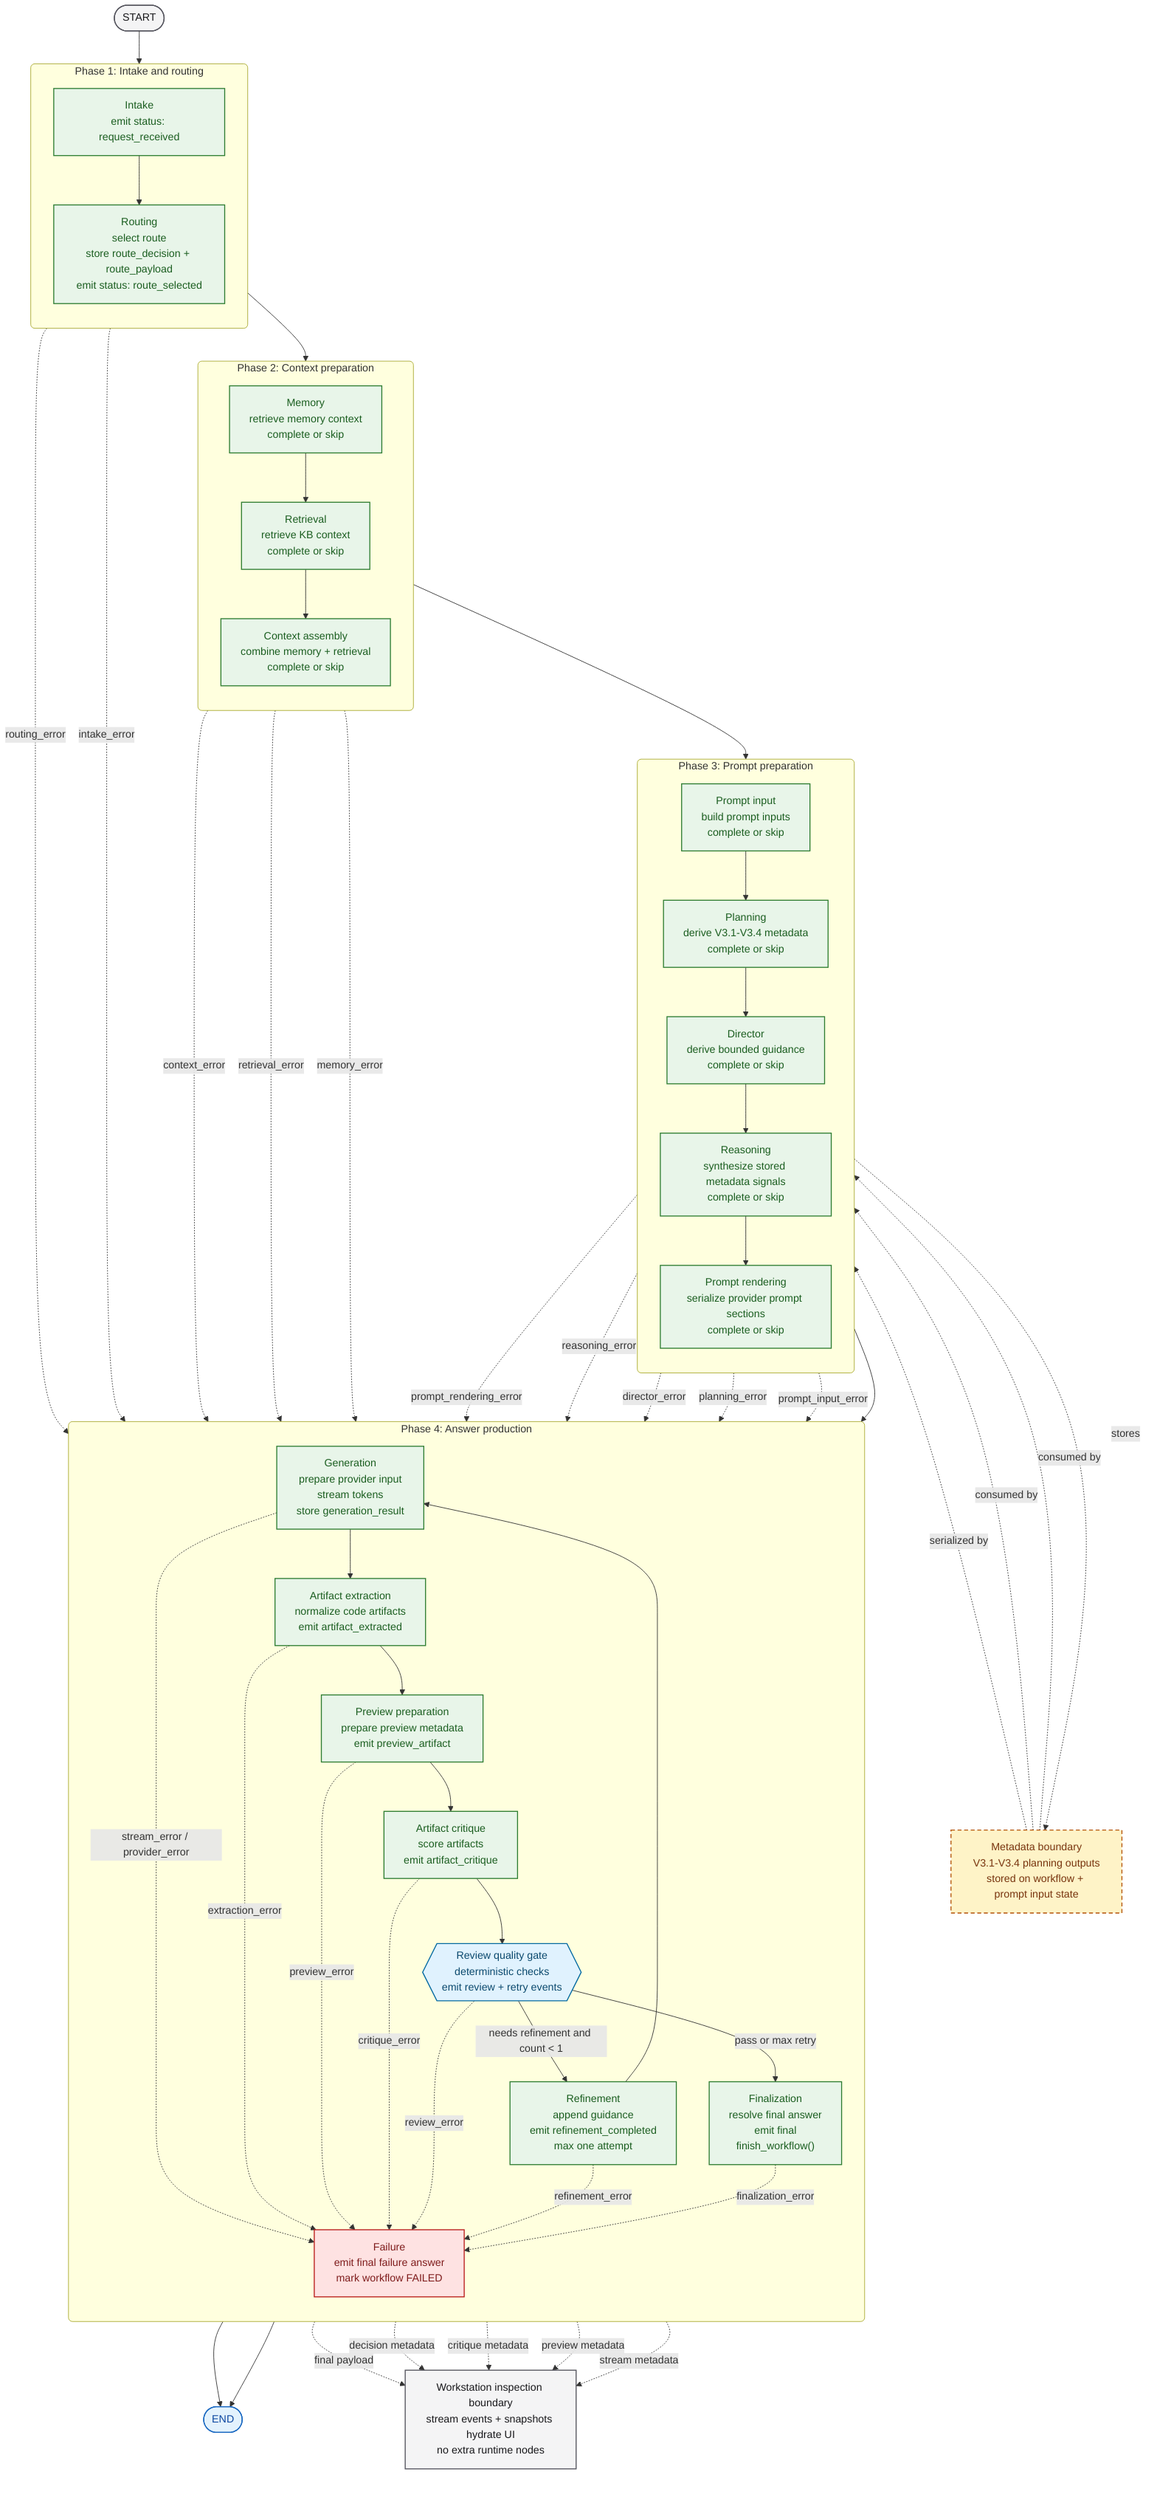
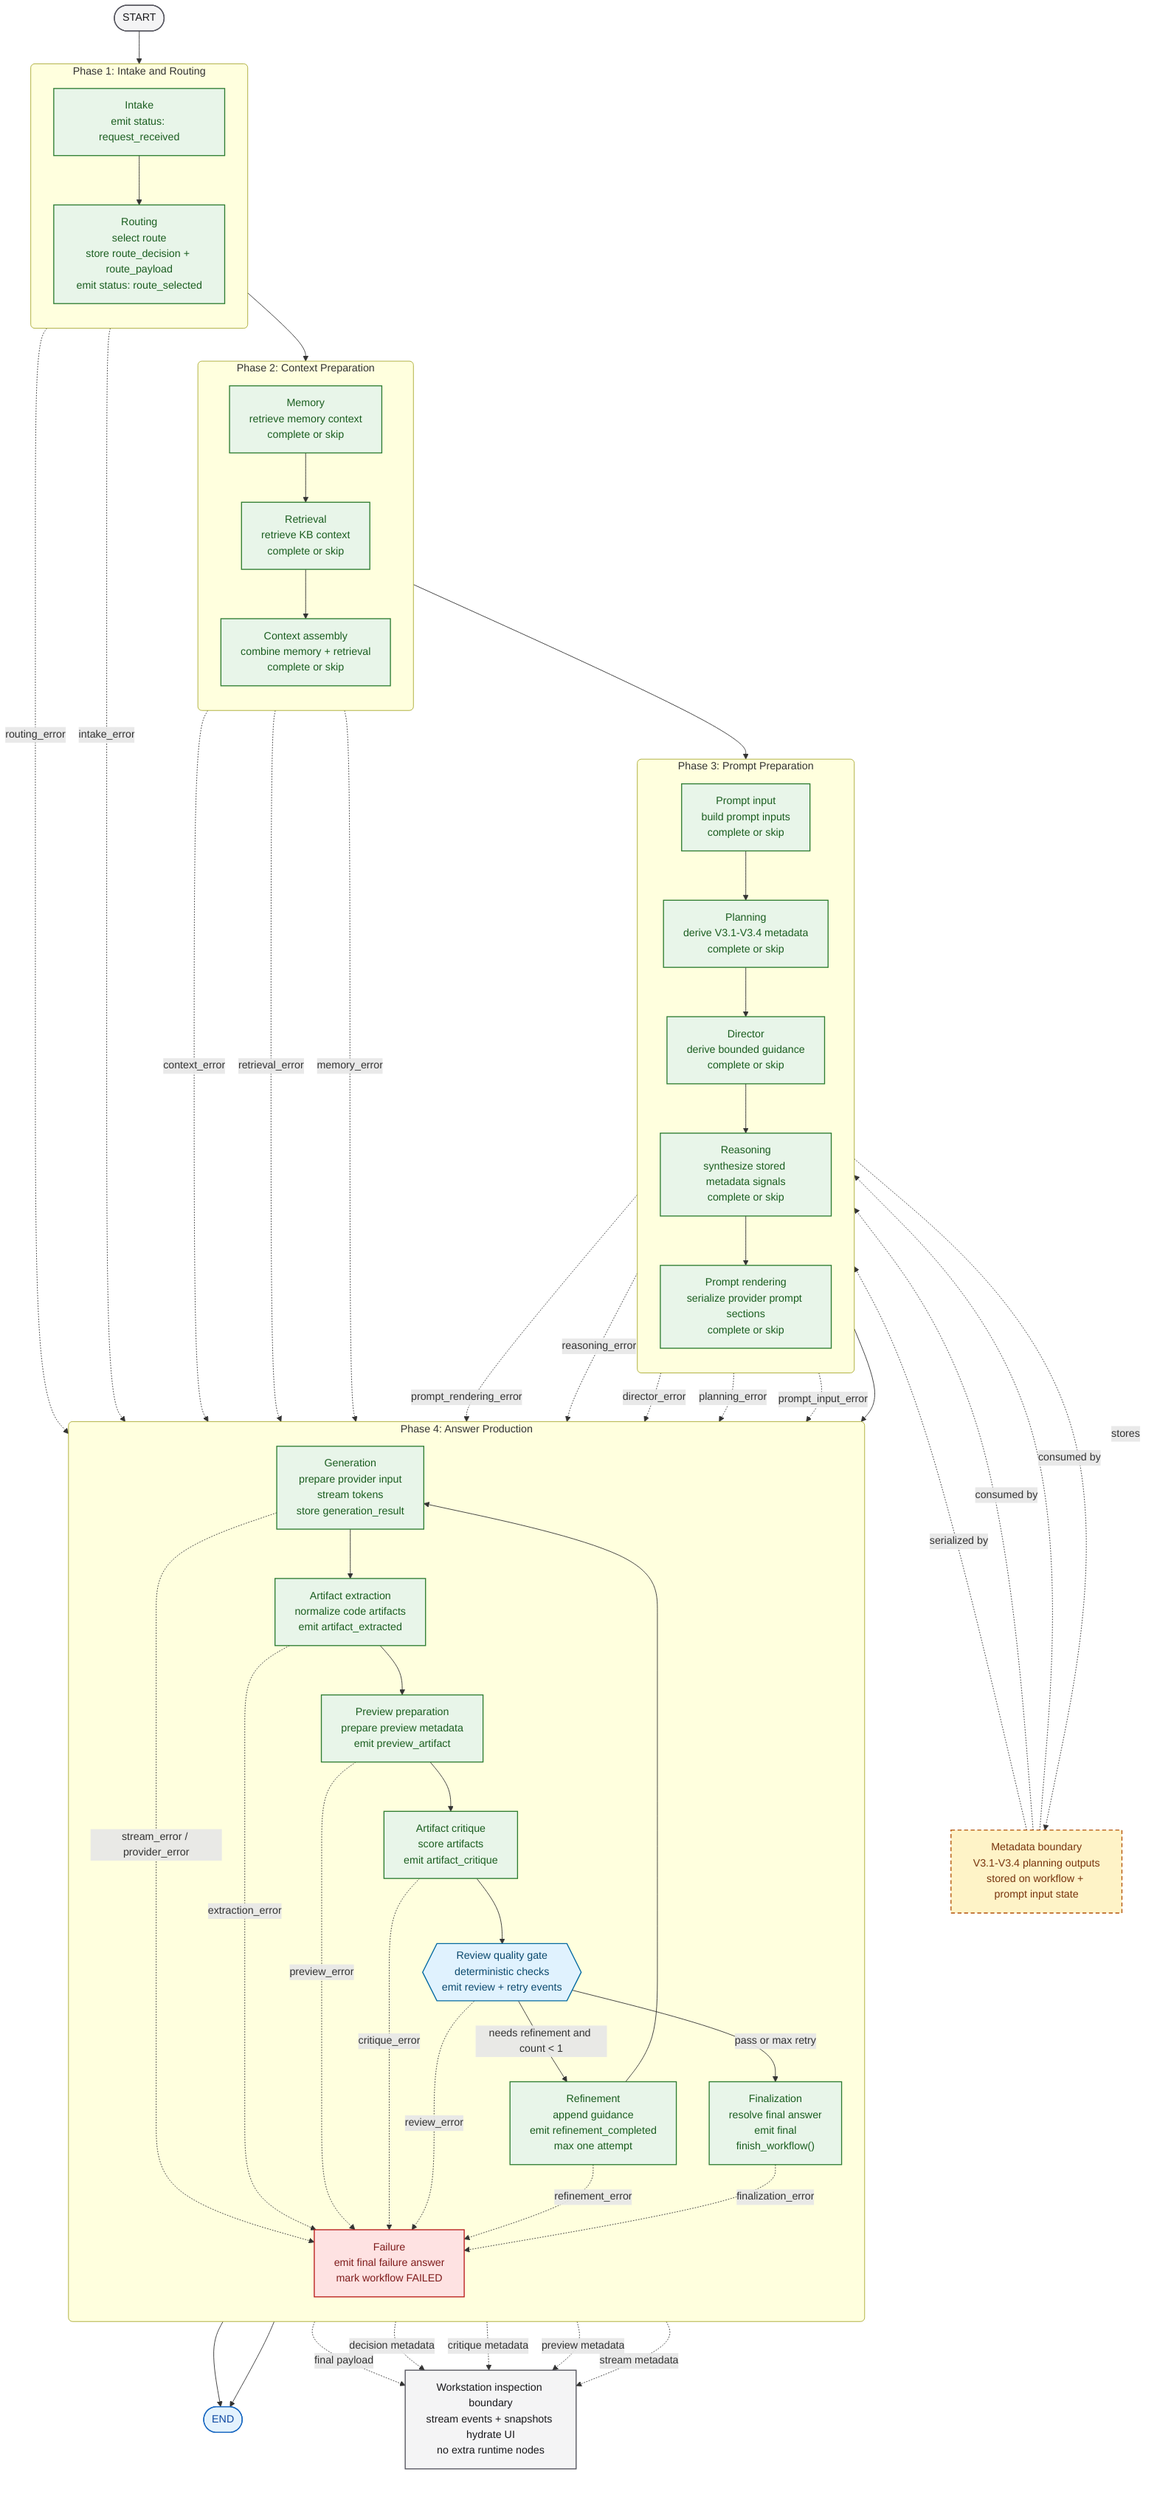
flowchart TB
    %% Class palette
    classDef boundary fill:#F4F4F5,stroke:#52525B,color:#18181B,stroke-width:1.5px;
    classDef implemented fill:#E8F5E9,stroke:#2E7D32,color:#1B5E20,stroke-width:1.5px;
    classDef gate fill:#E0F2FE,stroke:#0369A1,color:#0C4A6E,stroke-width:1.5px;
    classDef failure fill:#FEE2E2,stroke:#B91C1C,color:#7F1D1D,stroke-width:1.5px;
    classDef terminal fill:#E3F2FD,stroke:#1565C0,color:#0D47A1,stroke-width:1.5px;
    classDef metadata fill:#FEF3C7,stroke:#B45309,color:#78350F,stroke-width:1.5px,stroke-dasharray: 6 4;

    %% Terminal nodes
    start([START])
    finish([END])

    %% Runtime phases
-     subgraph phase_1["Phase 1: Intake and routing"]
+     subgraph phase_1["Phase 1: Intake and Routing"]
        direction TB
        intake["Intake<br/>emit status: request_received"]
        routing["Routing<br/>select route<br/>store route_decision + route_payload<br/>emit status: route_selected"]
    end

-     subgraph phase_2["Phase 2: Context preparation"]
+     subgraph phase_2["Phase 2: Context Preparation"]
        direction TB
        memory["Memory<br/>retrieve memory context<br/>complete or skip"]
        retrieval["Retrieval<br/>retrieve KB context<br/>complete or skip"]
        context_assembly["Context assembly<br/>combine memory + retrieval<br/>complete or skip"]
    end

-     subgraph phase_3["Phase 3: Prompt preparation"]
+     subgraph phase_3["Phase 3: Prompt Preparation"]
        direction TB
        prompt_input["Prompt input<br/>build prompt inputs<br/>complete or skip"]
        planning["Planning<br/>derive V3.1-V3.4 metadata<br/>complete or skip"]
        director["Director<br/>derive bounded guidance<br/>complete or skip"]
        reasoning["Reasoning<br/>synthesize stored metadata signals<br/>complete or skip"]
        prompt_rendering["Prompt rendering<br/>serialize provider prompt sections<br/>complete or skip"]
    end

-     subgraph phase_4["Phase 4: Answer production"]
+     subgraph phase_4["Phase 4: Answer Production"]
        direction TB
        generation["Generation<br/>prepare provider input<br/>stream tokens<br/>store generation_result"]
        artifact_extraction["Artifact extraction<br/>normalize code artifacts<br/>emit artifact_extracted"]
        preview_preparation["Preview preparation<br/>prepare preview metadata<br/>emit preview_artifact"]
        artifact_critique["Artifact critique<br/>score artifacts<br/>emit artifact_critique"]
        review{{"Review quality gate<br/>deterministic checks<br/>emit review + retry events"}}
        refinement["Refinement<br/>append guidance<br/>emit refinement_completed<br/>max one attempt"]
        finalization["Finalization<br/>resolve final answer<br/>emit final<br/>finish_workflow()"]
        failure["Failure<br/>emit final failure answer<br/>mark workflow FAILED"]
    end

    %% Documentation boundaries
    metadata_boundary["Metadata boundary<br/>V3.1-V3.4 planning outputs<br/>stored on workflow + prompt input state"]:::metadata
    workstation_boundary["Workstation inspection boundary<br/>stream events + snapshots hydrate UI<br/>no extra runtime nodes"]:::boundary

    %% Main success path
    start --> intake --> routing --> memory --> retrieval --> context_assembly --> prompt_input --> planning --> director --> reasoning --> prompt_rendering --> generation --> artifact_extraction --> preview_preparation --> artifact_critique --> review
    review -->|"pass or max retry"| finalization --> finish
    review -->|"needs refinement and count < 1"| refinement --> generation

    %% Metadata and inspection boundaries
    planning -. stores .-> metadata_boundary
    metadata_boundary -. consumed by .-> director
    metadata_boundary -. consumed by .-> reasoning
    metadata_boundary -. serialized by .-> prompt_rendering
    artifact_extraction -. stream metadata .-> workstation_boundary
    preview_preparation -. preview metadata .-> workstation_boundary
    artifact_critique -. critique metadata .-> workstation_boundary
    review -. decision metadata .-> workstation_boundary
    finalization -. final payload .-> workstation_boundary

    %% Failure paths
    intake -. intake_error .-> failure
    routing -. routing_error .-> failure
    memory -. memory_error .-> failure
    retrieval -. retrieval_error .-> failure
    context_assembly -. context_error .-> failure
    prompt_input -. prompt_input_error .-> failure
    planning -. planning_error .-> failure
    director -. director_error .-> failure
    reasoning -. reasoning_error .-> failure
    prompt_rendering -. prompt_rendering_error .-> failure
    generation -. stream_error / provider_error .-> failure
    artifact_extraction -. extraction_error .-> failure
    preview_preparation -. preview_error .-> failure
    artifact_critique -. critique_error .-> failure
    review -. review_error .-> failure
    refinement -. refinement_error .-> failure
    finalization -. finalization_error .-> failure
    failure --> finish

    %% Node classes
    class start boundary
    class finish terminal
    class intake,routing,memory,retrieval,context_assembly,prompt_input,planning,director,reasoning,prompt_rendering,generation,artifact_extraction,preview_preparation,artifact_critique,refinement,finalization implemented
    class review gate
    class failure failure
    class metadata_boundary metadata
    class workstation_boundary boundary

    %% Subgraph styling
    style phase_1 rx:6px,ry:6px
    style phase_2 rx:6px,ry:6px
    style phase_3 rx:6px,ry:6px
    style phase_4 rx:6px,ry:6px
